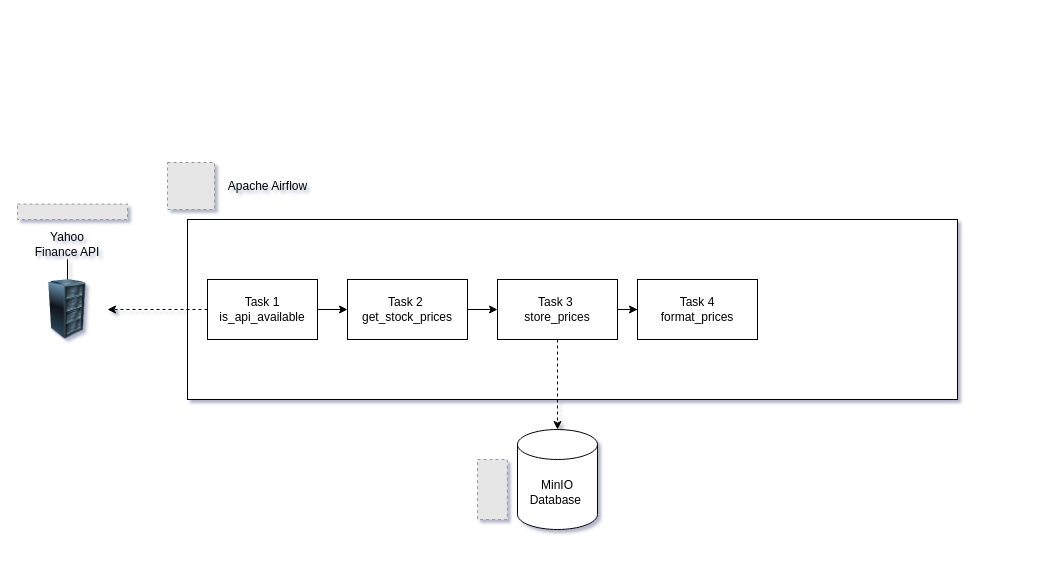
This is drawio/Project.drawio from ashishjadhav/airflow-etl, a draw.io file, before an edit. Source tidied: cells renumbered, new cells numbered last; positions are measured from the earlier drawing's top-left corner, leaving out a move shared by most shapes. Both pictures are drawn from the tidied source at 100%, with x=0, y=0 at pixel (17, 162). Pictures stored in the file or linked from it are replaced by grey dashed boxes.
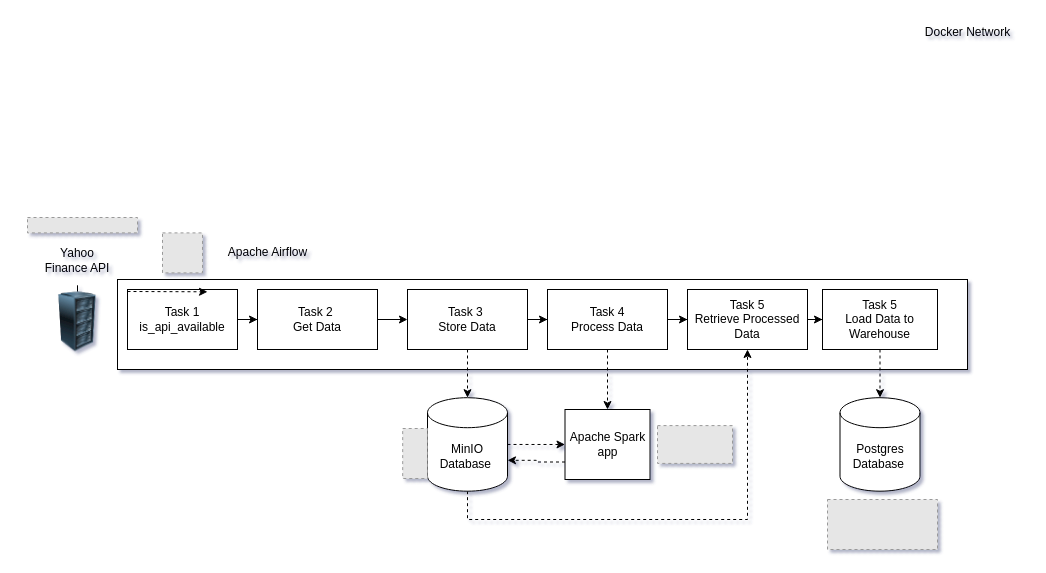
Above is the later version.

What changed in the source:
```diff
@@
     <mxCell id="2" style="rounded=0;whiteSpace=wrap;html=1;" parent="1" vertex="1">
-      <mxGeometry x="170" y="57" width="770" height="180" as="geometry" />
+      <mxGeometry x="100" y="117" width="850" height="90" as="geometry" />
     </mxCell>
@@
-    <mxCell id="4" style="edgeStyle=orthogonalEdgeStyle;rounded=0;jettySize=auto;html=1;dashed=1;" parent="1" edge="1" source="5" target="13">
-      <mxGeometry relative="1" as="geometry" />
-    </mxCell>
     <mxCell id="5" value="Task 1 is_api_available" style="rounded=0;whiteSpace=wrap;html=1;" parent="1" vertex="1">
-      <mxGeometry x="190" y="117" width="110" height="60" as="geometry" />
+      <mxGeometry x="110" y="127" width="110" height="60" as="geometry" />
     </mxCell>
@@
-    <mxCell id="7" value="Task 2&amp;nbsp;&lt;div&gt;get_stock_prices&lt;/div&gt;" style="rounded=0;whiteSpace=wrap;html=1;" parent="1" vertex="1">
-      <mxGeometry x="330" y="117" width="120" height="60" as="geometry" />
+    <mxCell id="7" value="Task 2&amp;nbsp;&lt;div&gt;Get Data&lt;/div&gt;" style="rounded=0;whiteSpace=wrap;html=1;" parent="1" vertex="1">
+      <mxGeometry x="240" y="127" width="120" height="60" as="geometry" />
     </mxCell>
@@
-    <mxCell id="10" value="Task 3&amp;nbsp;&lt;div&gt;store_prices&lt;/div&gt;" style="rounded=0;whiteSpace=wrap;html=1;" parent="1" vertex="1">
-      <mxGeometry x="480" y="117" width="120" height="60" as="geometry" />
+    <mxCell id="10" value="Task 3&amp;nbsp;&lt;div&gt;Store Data&lt;/div&gt;" style="rounded=0;whiteSpace=wrap;html=1;" parent="1" vertex="1">
+      <mxGeometry x="390" y="127" width="120" height="60" as="geometry" />
     </mxCell>
+    <mxCell id="20" style="edgeStyle=orthogonalEdgeStyle;rounded=0;jettySize=auto;html=1;exitX=0.5;exitY=1;exitDx=0;exitDy=0;exitPerimeter=0;dashed=1;" parent="1" edge="1" source="11" target="30">
+      <mxGeometry relative="1" as="geometry">
+        <Array as="points">
+          <mxPoint x="450" y="357" />
+          <mxPoint x="730" y="357" />
+        </Array>
+      </mxGeometry>
+    </mxCell>
     <mxCell id="11" value="MinIO Database&amp;nbsp;" style="shape=cylinder3;whiteSpace=wrap;html=1;boundedLbl=1;backgroundOutline=1;size=15;" parent="1" vertex="1">
-      <mxGeometry x="500" y="267" width="80" height="100" as="geometry" />
+      <mxGeometry x="410" y="235.2" width="80" height="93.5" as="geometry" />
     </mxCell>
     <mxCell id="12" style="edgeStyle=orthogonalEdgeStyle;rounded=0;jettySize=auto;html=1;endArrow=none;endFill=0;" parent="1" edge="1" source="13" target="14">
-      <mxGeometry relative="1" as="geometry" />
+      <mxGeometry relative="1" as="geometry">
+        <Array as="points">
+          <mxPoint x="55" y="99.3" />
+          <mxPoint x="55" y="99.3" />
+        </Array>
+      </mxGeometry>
     </mxCell>
     <mxCell id="13" style="image;html=1;image=img/lib/clip_art/computers/Server_Rack_128x128.png;" parent="1" vertex="1">
-      <mxGeometry x="10" y="117" width="80" height="60" as="geometry" />
+      <mxGeometry x="20" y="129.3" width="80" height="60" as="geometry" />
     </mxCell>
+    <mxCell id="21" style="edgeStyle=orthogonalEdgeStyle;rounded=0;jettySize=auto;html=1;entryX=0.5;entryY=1;entryDx=0;entryDy=0;strokeColor=none;" parent="1" edge="1" source="14" target="17">
+      <mxGeometry relative="1" as="geometry" />
+    </mxCell>
     <mxCell id="14" value="Yahoo Finance API" style="text;html=1;align=center;verticalAlign=middle;whiteSpace=wrap;rounded=0;" parent="1" vertex="1">
-      <mxGeometry x="10" y="57" width="80" height="50" as="geometry" />
+      <mxGeometry x="20" y="72.8" width="80" height="50" as="geometry" />
     </mxCell>
     <mxCell id="15" style="fillColor=#E6E6E6;strokeColor=#999999;dashed=1;verticalLabelPosition=bottom;verticalAlign=top;" parent="1" vertex="1">
-      <mxGeometry x="150" width="47" height="47" as="geometry" />
+      <mxGeometry x="145" y="70.4" width="40" height="40" as="geometry" />
     </mxCell>
     <mxCell id="16" value="Apache Airflow" style="text;html=1;align=center;verticalAlign=middle;strokeColor=none;fillColor=none;" parent="1" vertex="1">
-      <mxGeometry x="200" y="8.5" width="100" height="30" as="geometry" />
+      <mxGeometry x="200" y="75.4" width="100" height="30" as="geometry" />
     </mxCell>
     <mxCell id="17" style="fillColor=#E6E6E6;strokeColor=#999999;dashed=1;verticalLabelPosition=bottom;verticalAlign=top;" parent="1" vertex="1">
-      <mxGeometry y="41.6" width="110" height="15.4" as="geometry" />
+      <mxGeometry x="10" y="55" width="110" height="15.4" as="geometry" />
     </mxCell>
+    <mxCell id="22" style="edgeStyle=orthogonalEdgeStyle;rounded=0;jettySize=auto;html=1;dashed=1;" parent="1" edge="1" source="18" target="26">
+      <mxGeometry relative="1" as="geometry" />
+    </mxCell>
+    <mxCell id="23" style="edgeStyle=orthogonalEdgeStyle;rounded=0;jettySize=auto;html=1;" parent="1" edge="1" source="18" target="30">
+      <mxGeometry relative="1" as="geometry" />
+    </mxCell>
-    <mxCell id="18" value="Task 4&lt;div&gt;format_prices&lt;/div&gt;" style="rounded=0;whiteSpace=wrap;html=1;" parent="1" vertex="1">
-      <mxGeometry x="620" y="117" width="120" height="60" as="geometry" />
+    <mxCell id="18" value="Task 4&lt;div&gt;Process Data&lt;/div&gt;" style="rounded=0;whiteSpace=wrap;html=1;" parent="1" vertex="1">
+      <mxGeometry x="530" y="127" width="120" height="60" as="geometry" />
     </mxCell>
     <mxCell id="19" style="fillColor=#E6E6E6;strokeColor=#999999;dashed=1;verticalLabelPosition=bottom;verticalAlign=top;" parent="1" vertex="1">
-      <mxGeometry x="460" y="297" width="29.8" height="60" as="geometry" />
+      <mxGeometry x="385.2" y="266" width="24.8" height="50" as="geometry" />
     </mxCell>
+    <mxCell id="24" value="Docker Network" style="text;html=1;align=center;verticalAlign=middle;strokeColor=none;fillColor=none;" parent="1" vertex="1">
+      <mxGeometry x="895" y="-145" width="110" height="30" as="geometry" />
+    </mxCell>
+    <mxCell id="25" style="edgeStyle=orthogonalEdgeStyle;rounded=0;jettySize=auto;html=1;exitX=1;exitY=0.5;exitDx=0;exitDy=0;exitPerimeter=0;dashed=1;entryX=0;entryY=0.5;entryDx=0;entryDy=0;" parent="1" edge="1" source="11" target="26">
+      <mxGeometry relative="1" as="geometry" />
+    </mxCell>
+    <mxCell id="26" value="Apache Spark app" style="whiteSpace=wrap;html=1;rounded=0;" parent="1" vertex="1">
+      <mxGeometry x="547.5" y="247" width="85" height="70" as="geometry" />
+    </mxCell>
+    <mxCell id="27" style="fillColor=#E6E6E6;strokeColor=#999999;dashed=1;verticalLabelPosition=bottom;verticalAlign=top;" parent="1" vertex="1">
+      <mxGeometry x="640" y="263.1" width="75" height="37.8" as="geometry" />
+    </mxCell>
+    <mxCell id="28" style="edgeStyle=orthogonalEdgeStyle;rounded=0;jettySize=auto;html=1;exitX=0;exitY=0.75;exitDx=0;exitDy=0;entryX=1;entryY=0;entryDx=0;entryDy=62.625;entryPerimeter=0;dashed=1;" parent="1" edge="1" source="26" target="11">
+      <mxGeometry relative="1" as="geometry" />
+    </mxCell>
+    <mxCell id="29" style="edgeStyle=orthogonalEdgeStyle;rounded=0;jettySize=auto;html=1;" parent="1" edge="1" source="30" target="32">
+      <mxGeometry relative="1" as="geometry" />
+    </mxCell>
+    <mxCell id="30" value="Task 5&lt;div&gt;Retrieve Processed Data&lt;/div&gt;" style="rounded=0;whiteSpace=wrap;html=1;" parent="1" vertex="1">
+      <mxGeometry x="670" y="127" width="120" height="60" as="geometry" />
+    </mxCell>
+    <mxCell id="31" style="endArrow=classic;html=1;rounded=0;dashed=1;" parent="1" edge="1">
+      <mxGeometry relative="1" as="geometry">
+        <mxPoint x="110" y="129" as="sourcePoint" />
+        <mxPoint x="190" y="129.3" as="targetPoint" />
+      </mxGeometry>
+    </mxCell>
+    <mxCell id="32" value="Task 5&lt;div&gt;Load Data to Warehouse&lt;/div&gt;" style="rounded=0;whiteSpace=wrap;html=1;" parent="1" vertex="1">
+      <mxGeometry x="805" y="127" width="115" height="60" as="geometry" />
+    </mxCell>
+    <mxCell id="33" value="Postgres Database&amp;nbsp;" style="shape=cylinder3;whiteSpace=wrap;html=1;boundedLbl=1;backgroundOutline=1;size=15;" parent="1" vertex="1">
+      <mxGeometry x="822.5" y="235.2" width="80" height="93.5" as="geometry" />
+    </mxCell>
+    <mxCell id="34" style="edgeStyle=orthogonalEdgeStyle;rounded=0;jettySize=auto;html=1;exitX=0.5;exitY=1;exitDx=0;exitDy=0;entryX=0.5;entryY=0;entryDx=0;entryDy=0;entryPerimeter=0;dashed=1;" parent="1" edge="1" source="32" target="33">
+      <mxGeometry relative="1" as="geometry" />
+    </mxCell>
+    <mxCell id="35" style="fillColor=#E6E6E6;strokeColor=#999999;dashed=1;verticalLabelPosition=bottom;verticalAlign=top;" parent="1" vertex="1">
+      <mxGeometry x="810" y="337" width="110" height="50" as="geometry" />
+    </mxCell>
```
